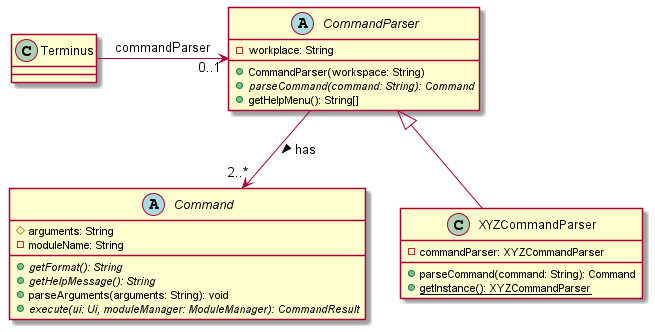
Above: docs/attachments/ParserClassDiagram.png in nus-cs2113-AY2122S1/tp (PlantUML), before the change.
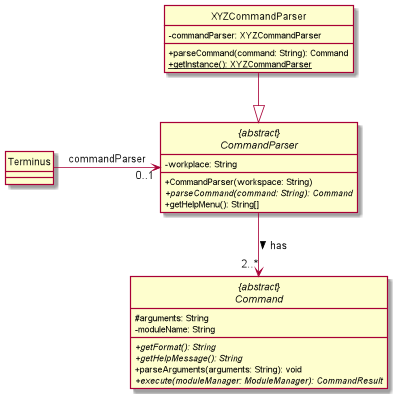
After the commit.

Change to the diagram source:
```diff
@@ -1,17 +1,19 @@
 @startuml
 
-CommandParser --> "2..*" Command: has >
-Terminus -> "0..1" CommandParser: commandParser
-
+skinparam classAttributeIconSize 0
+hide circle
+"{abstract}\nCommandParser" --> "2..*" "{abstract}\nCommand": has >
+Terminus -> "0..1" "{abstract}\nCommandParser": commandParser
+XYZCommandParser --|>  "{abstract}\nCommandParser"
 !startsub COMMANDPARSER
-abstract class CommandParser {
+abstract class "{abstract}\nCommandParser" {
  - workplace: String
  + CommandParser(workspace: String)
  + {abstract} parseCommand(command: String): Command
  + getHelpMenu(): String[]
 }
 !endsub
-class XYZCommandParser extends CommandParser {
+class XYZCommandParser  {
 - commandParser: XYZCommandParser
 + parseCommand(command: String): Command
 + {static} getInstance(): XYZCommandParser
```
